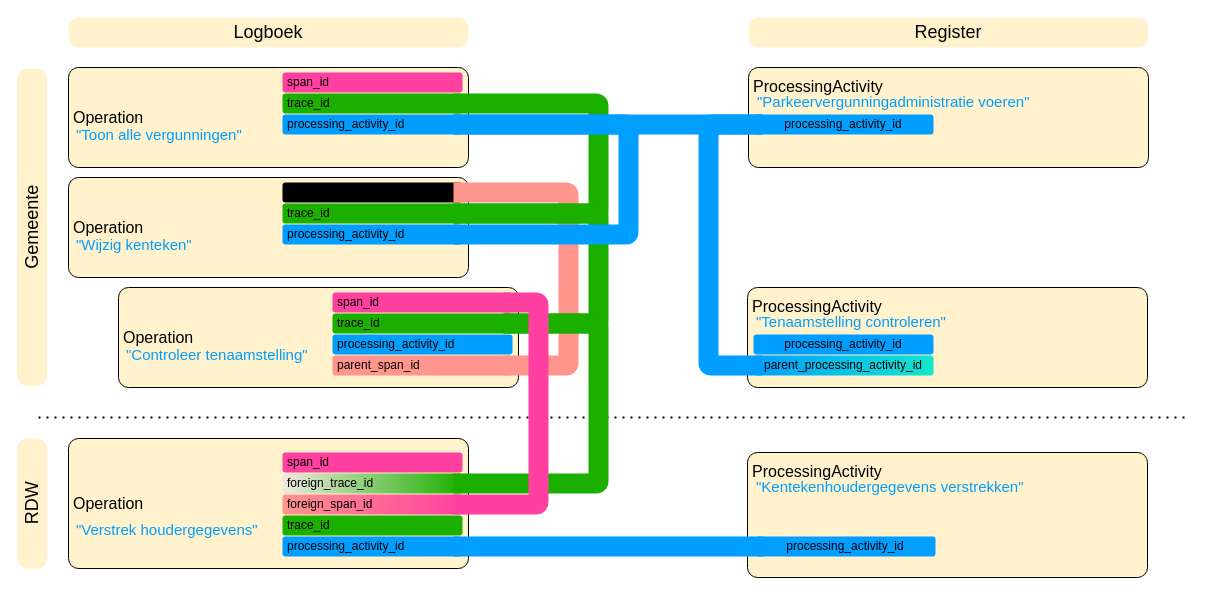
The draw.io diagram page "Totaal-voorbeeld" (1 of 15) of media/LogboekDataVerwerking.drawio in Logius-standaarden/logboek-dataverwerkingen-inleiding, before the edit. Source tidied: cells renumbered, new cells numbered last; positions are measured from the earlier drawing's top-left corner, leaving out a move shared by most shapes. Both pictures are drawn from the tidied source at 100%, with x=0, y=0 at pixel (-127, 17).
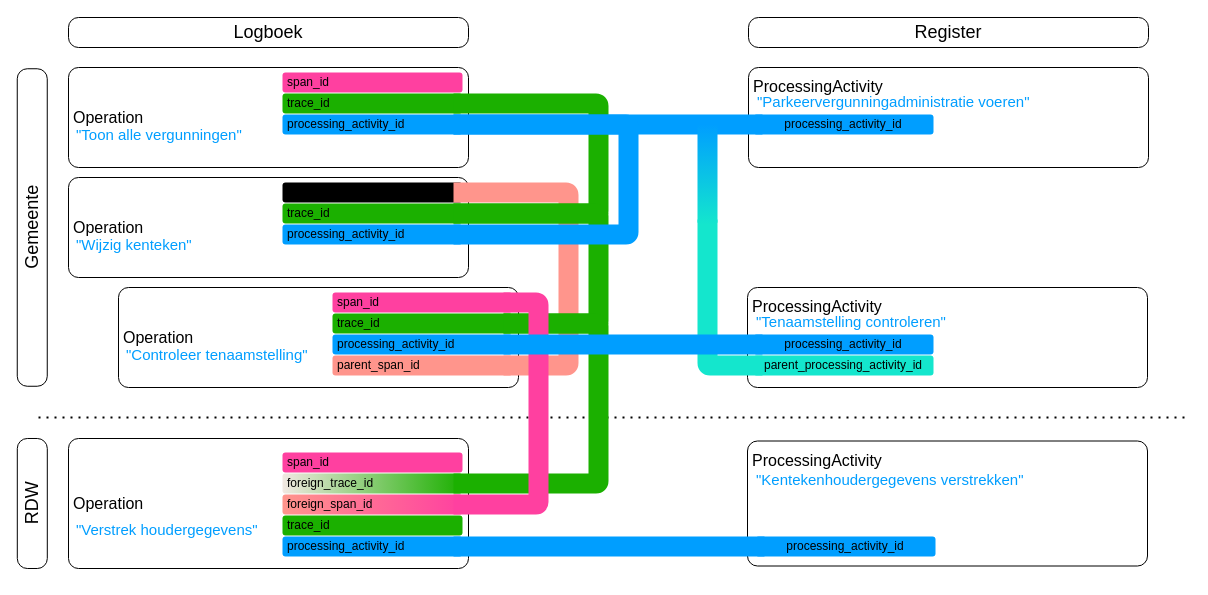
The same page after the edit.

The change refers to these unchanged cells:
```xml
<mxCell id="15" value="processing_activity_id" style="rounded=1;whiteSpace=wrap;html=1;strokeColor=none;fillColor=#009EFF;points=[[0,0,0,0,0],[0,0.25,0,0,0],[0,0.75,0,0,0],[0,1,0,0,0],[0.05,0.5,0,0,0],[0.25,0,0,0,0],[0.25,1,0,0,0],[0.5,0,0,0,0],[0.5,1,0,0,0],[0.75,0,0,0,0],[0.75,1,0,0,0],[0.95,0.5,0,0,0],[1,0,0,0,0],[1,0.25,0,0,0],[1,0.75,0,0,0],[1,1,0,0,0]];align=left;spacing=5;" parent="1" vertex="1">
  <mxGeometry x="459" y="317" width="180" height="20" as="geometry" />
</mxCell>
<mxCell id="28" value="processing_activity_id" style="rounded=1;whiteSpace=wrap;html=1;strokeColor=none;fillColor=#009EFF;points=[[0,0,0,0,0],[0,0.25,0,0,0],[0,0.75,0,0,0],[0,1,0,0,0],[0.05,0.5,0,0,0],[0.25,0,0,0,0],[0.25,1,0,0,0],[0.5,0,0,0,0],[0.5,1,0,0,0],[0.75,0,0,0,0],[0.75,1,0,0,0],[0.95,0.5,0,0,0],[1,0,0,0,0],[1,0.25,0,0,0],[1,0.75,0,0,0],[1,1,0,0,0]];align=center;spacing=5;" parent="1" vertex="1">
  <mxGeometry x="880" y="97" width="180" height="20" as="geometry" />
</mxCell>
<mxCell id="31" value="processing_activity_id" style="rounded=1;whiteSpace=wrap;html=1;strokeColor=none;fillColor=#009EFF;points=[[0,0,0,0,0],[0,0.25,0,0,0],[0,0.75,0,0,0],[0,1,0,0,0],[0.05,0.5,0,0,0],[0.25,0,0,0,0],[0.25,1,0,0,0],[0.5,0,0,0,0],[0.5,1,0,0,0],[0.75,0,0,0,0],[0.75,1,0,0,0],[0.95,0.5,0,0,0],[1,0,0,0,0],[1,0.25,0,0,0],[1,0.75,0,0,0],[1,1,0,0,0]];align=center;spacing=5;" parent="1" vertex="1">
  <mxGeometry x="880" y="317" width="180" height="20" as="geometry" />
</mxCell>
```

What changed in the source:
```diff
@@
-    <mxCell id="2" value="Operation" style="rounded=1;whiteSpace=wrap;html=1;align=left;fontSize=16;spacing=5;absoluteArcSize=1;fillColor=#FFF2CC;" parent="1" vertex="1">
+    <mxCell id="2" value="Operation" style="rounded=1;whiteSpace=wrap;html=1;align=left;fontSize=16;spacing=5;absoluteArcSize=1;fillColor=none;" parent="1" vertex="1">
       <mxGeometry x="195" y="50" width="400" height="100" as="geometry" />
     </mxCell>
@@
-    <mxCell id="6" value="Operation" style="rounded=1;whiteSpace=wrap;html=1;align=left;fontSize=16;spacing=5;absoluteArcSize=1;fillColor=#FFF2CC;" parent="1" vertex="1">
+    <mxCell id="6" value="Operation" style="rounded=1;whiteSpace=wrap;html=1;align=left;fontSize=16;spacing=5;absoluteArcSize=1;fillColor=none;" parent="1" vertex="1">
       <mxGeometry x="195" y="160" width="400" height="100" as="geometry" />
     </mxCell>
@@
-    <mxCell id="12" value="Operation" style="rounded=1;whiteSpace=wrap;html=1;align=left;fontSize=16;spacing=5;absoluteArcSize=1;fillColor=#FFF2CC;" parent="1" vertex="1">
+    <mxCell id="12" value="Operation" style="rounded=1;whiteSpace=wrap;html=1;align=left;fontSize=16;spacing=5;absoluteArcSize=1;fillColor=none;" parent="1" vertex="1">
       <mxGeometry x="245" y="270" width="400" height="100" as="geometry" />
     </mxCell>
@@
-    <mxCell id="17" value="Operation" style="rounded=1;whiteSpace=wrap;html=1;align=left;fontSize=16;spacing=5;absoluteArcSize=1;fillColor=#FFF2CC;" parent="1" vertex="1">
+    <mxCell id="17" value="Operation" style="rounded=1;whiteSpace=wrap;html=1;align=left;fontSize=16;spacing=5;absoluteArcSize=1;fillColor=none;" parent="1" vertex="1">
       <mxGeometry x="195" y="421" width="400" height="130" as="geometry" />
     </mxCell>
@@
-    <mxCell id="26" value="ProcessingActivity" style="rounded=1;whiteSpace=wrap;html=1;align=left;fontSize=16;spacing=5;absoluteArcSize=1;verticalAlign=top;fillColor=#FFF2CC;" parent="1" vertex="1">
+    <mxCell id="26" value="ProcessingActivity" style="rounded=1;whiteSpace=wrap;html=1;align=left;fontSize=16;spacing=5;absoluteArcSize=1;verticalAlign=top;fillColor=none;" parent="1" vertex="1">
       <mxGeometry x="875" y="50" width="400" height="100" as="geometry" />
     </mxCell>
@@
-    <mxCell id="30" value="ProcessingActivity" style="rounded=1;whiteSpace=wrap;html=1;align=left;fontSize=16;spacing=5;absoluteArcSize=1;verticalAlign=top;fillColor=#FFF2CC;" parent="1" vertex="1">
+    <mxCell id="30" value="ProcessingActivity" style="rounded=1;whiteSpace=wrap;html=1;align=left;fontSize=16;spacing=5;absoluteArcSize=1;verticalAlign=top;fillColor=none;" parent="1" vertex="1">
       <mxGeometry x="874" y="270" width="400" height="100" as="geometry" />
     </mxCell>
@@
-    <mxCell id="32" value="parent_processing_activity_id" style="rounded=1;whiteSpace=wrap;html=1;strokeColor=none;fillColor=#009EFF;points=[[0,0,0,0,0],[0,0.25,0,0,0],[0,0.75,0,0,0],[0,1,0,0,0],[0.05,0.5,0,0,0],[0.25,0,0,0,0],[0.25,1,0,0,0],[0.5,0,0,0,0],[0.5,1,0,0,0],[0.75,0,0,0,0],[0.75,1,0,0,0],[0.95,0.5,0,0,0],[1,0,0,0,0],[1,0.25,0,0,0],[1,0.75,0,0,0],[1,1,0,0,0]];align=center;spacing=5;gradientColor=#14E6CD;gradientDirection=east;" parent="1" vertex="1">
+    <mxCell id="32" value="parent_processing_activity_id" style="rounded=1;whiteSpace=wrap;html=1;strokeColor=none;fillColor=#14E6CD;points=[[0,0,0,0,0],[0,0.25,0,0,0],[0,0.75,0,0,0],[0,1,0,0,0],[0.05,0.5,0,0,0],[0.25,0,0,0,0],[0.25,1,0,0,0],[0.5,0,0,0,0],[0.5,1,0,0,0],[0.75,0,0,0,0],[0.75,1,0,0,0],[0.95,0.5,0,0,0],[1,0,0,0,0],[1,0.25,0,0,0],[1,0.75,0,0,0],[1,1,0,0,0]];align=center;spacing=5;gradientColor=none;gradientDirection=east;" parent="1" vertex="1">
       <mxGeometry x="880" y="338" width="180" height="20" as="geometry" />
     </mxCell>
-    <mxCell id="33" style="edgeStyle=orthogonalEdgeStyle;rounded=1;jettySize=auto;html=1;entryX=0.05;entryY=0.5;entryDx=0;entryDy=0;entryPerimeter=0;endArrow=none;startFill=0;strokeWidth=20;exitX=0.05;exitY=0.5;exitDx=0;exitDy=0;exitPerimeter=0;strokeColor=#009EFF;curved=0;arcSize=5;" parent="1" edge="1" source="28" target="32">
+    <mxCell id="33" style="edgeStyle=orthogonalEdgeStyle;rounded=1;jettySize=auto;html=1;entryX=0.05;entryY=0.5;entryDx=0;entryDy=0;entryPerimeter=0;endArrow=none;startFill=0;strokeWidth=20;exitX=0.95;exitY=0.5;exitDx=0;exitDy=0;exitPerimeter=0;strokeColor=#14E6CD;curved=0;arcSize=5;" parent="1" edge="1" source="50" target="32">
       <mxGeometry relative="1" as="geometry">
         <Array as="points">
-          <mxPoint x="835" y="107" />
-          <mxPoint x="835" y="348" />
+          <mxPoint x="834" y="348" />
         </Array>
       </mxGeometry>
     </mxCell>
@@
-    <mxCell id="35" value="ProcessingActivity" style="rounded=1;whiteSpace=wrap;html=1;align=left;fontSize=16;spacing=5;absoluteArcSize=1;verticalAlign=top;fillColor=#FFF2CC;" parent="1" vertex="1">
-      <mxGeometry x="874" y="435" width="400" height="125" as="geometry" />
+    <mxCell id="35" value="ProcessingActivity" style="rounded=1;whiteSpace=wrap;html=1;align=left;fontSize=16;spacing=5;absoluteArcSize=1;verticalAlign=top;fillColor=none;" parent="1" vertex="1">
+      <mxGeometry x="874" y="423.5" width="400" height="125" as="geometry" />
     </mxCell>
@@
-    <mxCell id="37" value="Gemeente" style="text;html=1;align=center;verticalAlign=middle;whiteSpace=wrap;rounded=1;rotation=-90;fontSize=18;fillColor=#fff2cc;strokeColor=none;absoluteArcSize=1;" parent="1" vertex="1">
+    <mxCell id="37" value="Gemeente" style="text;html=1;align=center;verticalAlign=middle;whiteSpace=wrap;rounded=1;rotation=-90;fontSize=18;fillColor=none;strokeColor=default;absoluteArcSize=1;" parent="1" vertex="1">
       <mxGeometry y="195" width="317.5" height="30" as="geometry" />
     </mxCell>
-    <mxCell id="38" value="RDW" style="text;html=1;align=center;verticalAlign=middle;whiteSpace=wrap;rounded=1;rotation=-90;fontSize=18;fillColor=#fff2cc;strokeColor=none;absoluteArcSize=1;" parent="1" vertex="1">
+    <mxCell id="38" value="RDW" style="text;html=1;align=center;verticalAlign=middle;whiteSpace=wrap;rounded=1;rotation=-90;fontSize=18;fillColor=none;strokeColor=default;absoluteArcSize=1;" parent="1" vertex="1">
       <mxGeometry x="93.8" y="471" width="130" height="30" as="geometry" />
     </mxCell>
-    <mxCell id="39" value="Logboek" style="text;html=1;align=center;verticalAlign=middle;whiteSpace=wrap;rounded=1;rotation=0;fontSize=18;fillColor=#fff2cc;strokeColor=none;absoluteArcSize=1;" parent="1" vertex="1">
+    <mxCell id="39" value="Logboek" style="text;html=1;align=center;verticalAlign=middle;whiteSpace=wrap;rounded=1;rotation=0;fontSize=18;fillColor=none;strokeColor=default;absoluteArcSize=1;" parent="1" vertex="1">
       <mxGeometry x="195" width="400" height="30" as="geometry" />
     </mxCell>
-    <mxCell id="40" value="Register" style="text;html=1;align=center;verticalAlign=middle;whiteSpace=wrap;rounded=1;rotation=0;fontSize=18;fillColor=#FFF2CC;strokeColor=none;absoluteArcSize=1;" parent="1" vertex="1">
+    <mxCell id="40" value="Register" style="text;html=1;align=center;verticalAlign=middle;whiteSpace=wrap;rounded=1;rotation=0;fontSize=18;fillColor=none;strokeColor=default;absoluteArcSize=1;" parent="1" vertex="1">
       <mxGeometry x="875" width="400" height="30" as="geometry" />
     </mxCell>
@@
     <mxCell id="47" value="&quot;Kentekenhoudergegevens verstrekken&quot;" style="text;html=1;align=left;verticalAlign=middle;whiteSpace=wrap;rounded=0;fontStyle=0;fontSize=15;fontColor=#009EFF;" parent="1" vertex="1">
-      <mxGeometry x="881" y="454" width="374" height="30" as="geometry" />
+      <mxGeometry x="881" y="447" width="374" height="30" as="geometry" />
     </mxCell>
@@
+    <mxCell id="49" style="edgeStyle=orthogonalEdgeStyle;rounded=1;jettySize=auto;html=1;entryX=0.95;entryY=0.5;entryDx=0;entryDy=0;entryPerimeter=0;endArrow=none;startFill=0;strokeWidth=20;exitX=0.05;exitY=0.5;exitDx=0;exitDy=0;exitPerimeter=0;strokeColor=#009EFF;curved=0;arcSize=5;" parent="1" edge="1" source="31" target="15">
+      <mxGeometry relative="1" as="geometry" />
+    </mxCell>
+    <mxCell id="50" style="rounded=1;whiteSpace=wrap;html=1;strokeColor=none;fillColor=#009EFF;points=[[0,0,0,0,0],[0,0.25,0,0,0],[0,0.75,0,0,0],[0,1,0,0,0],[0.05,0.5,0,0,0],[0.25,0,0,0,0],[0.25,1,0,0,0],[0.5,0,0,0,0],[0.5,1,0,0,0],[0.75,0,0,0,0],[0.75,1,0,0,0],[0.95,0.5,0,0,0],[1,0,0,0,0],[1,0.25,0,0,0],[1,0.75,0,0,0],[1,1,0,0,0]];align=center;spacing=5;gradientColor=#14E6CD;gradientDirection=east;rotation=90;" parent="1" vertex="1">
+      <mxGeometry x="784" y="147" width="100" height="20" as="geometry" />
+    </mxCell>
```
